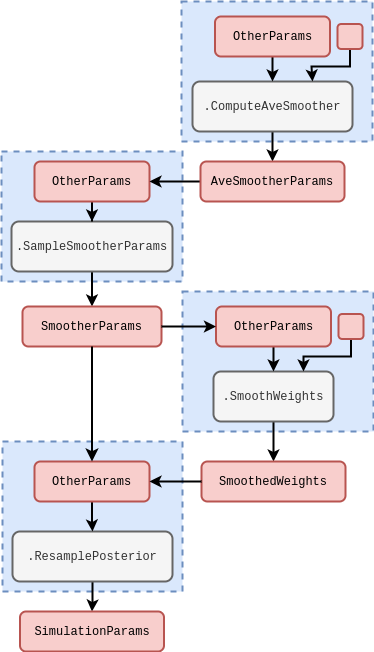
This is assets/modest/modest-modest-sampler.drawio.png from umbralcalc/umbralcalc.github.io, a draw.io export, as it was before one commit. Source tidied: cells renumbered, new cells last; positions are measured from the earlier drawing's top-left corner, leaving out a move shared by most shapes.
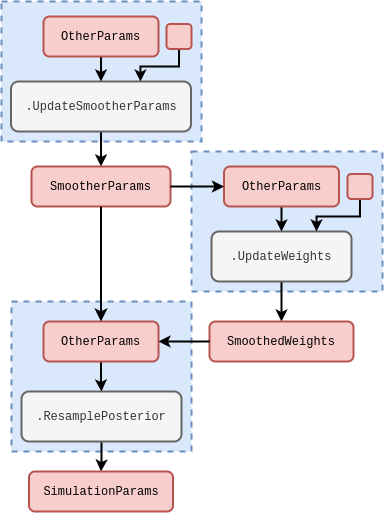
The same file after the commit.

The edit, as a diff of the source:
```diff
@@ -3,79 +3,46 @@
     <mxCell id="0" />
     <mxCell id="1" parent="0" />
     <mxCell id="2" style="rounded=0;whiteSpace=wrap;html=1;dashed=1;strokeWidth=2;fillColor=#dae8fc;strokeColor=#6c8ebf;" parent="1" vertex="1">
-      <mxGeometry y="150" width="181" height="130" as="geometry" />
+      <mxGeometry x="-9" y="140" width="200" height="140" as="geometry" />
     </mxCell>
-    <mxCell id="3" style="edgeStyle=orthogonalEdgeStyle;rounded=0;jettySize=auto;html=1;strokeWidth=2;entryX=0.5;entryY=0;entryDx=0;entryDy=0;" parent="1" edge="1" source="4" target="5">
+    <mxCell id="3" style="edgeStyle=orthogonalEdgeStyle;rounded=0;jettySize=auto;html=1;strokeWidth=2;" parent="1" edge="1" source="4" target="5">
       <mxGeometry relative="1" as="geometry" />
     </mxCell>
-    <mxCell id="4" value="&lt;font face=&quot;Courier New&quot;&gt;.SampleSmootherParams&lt;/font&gt;" style="rounded=1;whiteSpace=wrap;html=1;strokeWidth=2;fillColor=#f5f5f5;fontColor=#333333;strokeColor=#666666;" parent="1" vertex="1">
-      <mxGeometry x="10" y="220" width="161" height="50" as="geometry" />
+    <mxCell id="4" value="&lt;font face=&quot;Courier New&quot;&gt;.UpdateSmootherParams&lt;/font&gt;" style="rounded=1;whiteSpace=wrap;html=1;strokeWidth=2;fillColor=#f5f5f5;fontColor=#333333;strokeColor=#666666;" parent="1" vertex="1">
+      <mxGeometry x="0.5" y="220" width="180" height="50" as="geometry" />
     </mxCell>
     <mxCell id="5" value="&lt;font face=&quot;Courier New&quot;&gt;SmootherParams&lt;/font&gt;" style="rounded=1;whiteSpace=wrap;html=1;strokeWidth=2;fillColor=#f8cecc;strokeColor=#b85450;" parent="1" vertex="1">
       <mxGeometry x="21" y="305" width="139" height="40" as="geometry" />
     </mxCell>
-    <mxCell id="6" style="edgeStyle=orthogonalEdgeStyle;rounded=0;jettySize=auto;html=1;strokeWidth=2;" parent="1" edge="1" source="7" target="4">
+    <mxCell id="6" style="edgeStyle=orthogonalEdgeStyle;rounded=0;jettySize=auto;html=1;entryX=0.5;entryY=0;entryDx=0;entryDy=0;strokeWidth=2;" parent="1" edge="1" source="7" target="4">
       <mxGeometry relative="1" as="geometry" />
     </mxCell>
     <mxCell id="7" value="&lt;font face=&quot;Courier New&quot;&gt;OtherParams&lt;/font&gt;" style="rounded=1;whiteSpace=wrap;html=1;strokeWidth=2;fillColor=#f8cecc;strokeColor=#b85450;" parent="1" vertex="1">
-      <mxGeometry x="33" y="160" width="115" height="40" as="geometry" />
+      <mxGeometry x="33" y="155" width="115" height="40" as="geometry" />
     </mxCell>
-    <mxCell id="8" style="rounded=0;whiteSpace=wrap;html=1;dashed=1;strokeWidth=2;fillColor=#dae8fc;strokeColor=#6c8ebf;" parent="1" vertex="1">
-      <mxGeometry x="180" width="191" height="140" as="geometry" />
-    </mxCell>
-    <mxCell id="9" style="edgeStyle=orthogonalEdgeStyle;rounded=0;jettySize=auto;html=1;entryX=0.5;entryY=0;entryDx=0;entryDy=0;strokeWidth=2;" parent="1" edge="1" source="10" target="14">
-      <mxGeometry relative="1" as="geometry" />
-    </mxCell>
-    <mxCell id="10" value="&lt;font face=&quot;Courier New&quot;&gt;.ComputeAveSmoother&lt;/font&gt;" style="rounded=1;whiteSpace=wrap;html=1;strokeWidth=2;fillColor=#f5f5f5;fontColor=#333333;strokeColor=#666666;" parent="1" vertex="1">
-      <mxGeometry x="191" y="80" width="160" height="50" as="geometry" />
-    </mxCell>
-    <mxCell id="11" style="edgeStyle=orthogonalEdgeStyle;rounded=0;jettySize=auto;html=1;strokeWidth=2;" parent="1" edge="1" source="12" target="10">
-      <mxGeometry relative="1" as="geometry" />
-    </mxCell>
-    <mxCell id="12" value="&lt;font face=&quot;Courier New&quot;&gt;OtherParams&lt;/font&gt;" style="rounded=1;whiteSpace=wrap;html=1;strokeWidth=2;fillColor=#f8cecc;strokeColor=#b85450;" parent="1" vertex="1">
-      <mxGeometry x="213.5" y="15" width="115" height="40" as="geometry" />
-    </mxCell>
-    <mxCell id="13" style="edgeStyle=orthogonalEdgeStyle;rounded=0;jettySize=auto;html=1;entryX=1;entryY=0.5;entryDx=0;entryDy=0;strokeWidth=2;" parent="1" edge="1" source="14" target="7">
-      <mxGeometry relative="1" as="geometry" />
-    </mxCell>
-    <mxCell id="14" value="&lt;font face=&quot;Courier New&quot;&gt;AveSmootherParams&lt;/font&gt;" style="rounded=1;whiteSpace=wrap;html=1;strokeWidth=2;fillColor=#f8cecc;strokeColor=#b85450;" parent="1" vertex="1">
-      <mxGeometry x="199" y="160" width="144" height="40" as="geometry" />
-    </mxCell>
-    <mxCell id="15" style="edgeStyle=orthogonalEdgeStyle;rounded=0;jettySize=auto;html=1;entryX=0.75;entryY=0;entryDx=0;entryDy=0;strokeWidth=2;" parent="1" edge="1" source="16" target="10">
-      <mxGeometry relative="1" as="geometry">
-        <Array as="points">
-          <mxPoint x="348" y="65" />
-          <mxPoint x="310" y="65" />
-          <mxPoint x="310" y="80" />
-        </Array>
-      </mxGeometry>
-    </mxCell>
-    <mxCell id="16" style="rounded=1;whiteSpace=wrap;html=1;strokeWidth=2;fillColor=#f8cecc;strokeColor=#b85450;" parent="1" vertex="1">
-      <mxGeometry x="336" y="22.5" width="25" height="25" as="geometry" />
-    </mxCell>
     <mxCell id="17" style="rounded=0;whiteSpace=wrap;html=1;dashed=1;strokeWidth=2;fillColor=#dae8fc;strokeColor=#6c8ebf;" parent="1" vertex="1">
       <mxGeometry x="181" y="290" width="191" height="140" as="geometry" />
     </mxCell>
-    <mxCell id="18" style="edgeStyle=orthogonalEdgeStyle;rounded=0;jettySize=auto;html=1;entryX=0.5;entryY=0;entryDx=0;entryDy=0;strokeWidth=2;" parent="1" edge="1" source="19" target="22">
+    <mxCell id="18" style="edgeStyle=orthogonalEdgeStyle;rounded=0;jettySize=auto;html=1;strokeWidth=2;" parent="1" edge="1" source="19" target="22">
       <mxGeometry relative="1" as="geometry" />
     </mxCell>
-    <mxCell id="19" value="&lt;font face=&quot;Courier New&quot;&gt;.SmoothWeights&lt;/font&gt;" style="rounded=1;whiteSpace=wrap;html=1;strokeWidth=2;fillColor=#f5f5f5;fontColor=#333333;strokeColor=#666666;" parent="1" vertex="1">
-      <mxGeometry x="212" y="370" width="120" height="50" as="geometry" />
+    <mxCell id="19" value="&lt;font face=&quot;Courier New&quot;&gt;.UpdateWeights&lt;/font&gt;" style="rounded=1;whiteSpace=wrap;html=1;strokeWidth=2;fillColor=#f5f5f5;fontColor=#333333;strokeColor=#666666;" parent="1" vertex="1">
+      <mxGeometry x="201" y="370" width="140" height="50" as="geometry" />
     </mxCell>
     <mxCell id="20" style="edgeStyle=orthogonalEdgeStyle;rounded=0;jettySize=auto;html=1;entryX=0.5;entryY=0;entryDx=0;entryDy=0;strokeWidth=2;" parent="1" edge="1" source="21" target="19">
       <mxGeometry relative="1" as="geometry" />
     </mxCell>
     <mxCell id="21" value="&lt;font face=&quot;Courier New&quot;&gt;OtherParams&lt;/font&gt;" style="rounded=1;whiteSpace=wrap;html=1;strokeWidth=2;fillColor=#f8cecc;strokeColor=#b85450;" parent="1" vertex="1">
-      <mxGeometry x="214.5" y="305" width="115" height="40" as="geometry" />
+      <mxGeometry x="213.5" y="305" width="115" height="40" as="geometry" />
     </mxCell>
     <mxCell id="22" value="&lt;font face=&quot;Courier New&quot;&gt;SmoothedWeights&lt;/font&gt;" style="rounded=1;whiteSpace=wrap;html=1;strokeWidth=2;fillColor=#f8cecc;strokeColor=#b85450;" parent="1" vertex="1">
-      <mxGeometry x="200" y="460" width="144" height="40" as="geometry" />
+      <mxGeometry x="199" y="460" width="144" height="40" as="geometry" />
     </mxCell>
     <mxCell id="23" style="edgeStyle=orthogonalEdgeStyle;rounded=0;jettySize=auto;html=1;entryX=0.75;entryY=0;entryDx=0;entryDy=0;strokeWidth=2;" parent="1" edge="1" source="24" target="19">
       <mxGeometry relative="1" as="geometry">
         <Array as="points">
-          <mxPoint x="350" y="355" />
-          <mxPoint x="302" y="355" />
+          <mxPoint x="349" y="355" />
+          <mxPoint x="306" y="355" />
         </Array>
       </mxGeometry>
     </mxCell>
@@ -109,5 +76,18 @@
     <mxCell id="33" style="edgeStyle=orthogonalEdgeStyle;rounded=0;jettySize=auto;html=1;strokeWidth=2;" parent="1" edge="1" source="22" target="30">
       <mxGeometry relative="1" as="geometry" />
     </mxCell>
+    <mxCell id="34" style="edgeStyle=orthogonalEdgeStyle;rounded=0;jettySize=auto;html=1;entryX=0.75;entryY=0;entryDx=0;entryDy=0;strokeWidth=2;" parent="1" edge="1" source="35">
+      <mxGeometry relative="1" as="geometry">
+        <mxPoint x="131" y="220" as="targetPoint" />
+        <Array as="points">
+          <mxPoint x="168" y="205" />
+          <mxPoint x="130" y="205" />
+          <mxPoint x="130" y="220" />
+        </Array>
+      </mxGeometry>
+    </mxCell>
+    <mxCell id="35" style="rounded=1;whiteSpace=wrap;html=1;strokeWidth=2;fillColor=#f8cecc;strokeColor=#b85450;" parent="1" vertex="1">
+      <mxGeometry x="156" y="162.5" width="25" height="25" as="geometry" />
+    </mxCell>
   </root>
 </mxGraphModel>
```
